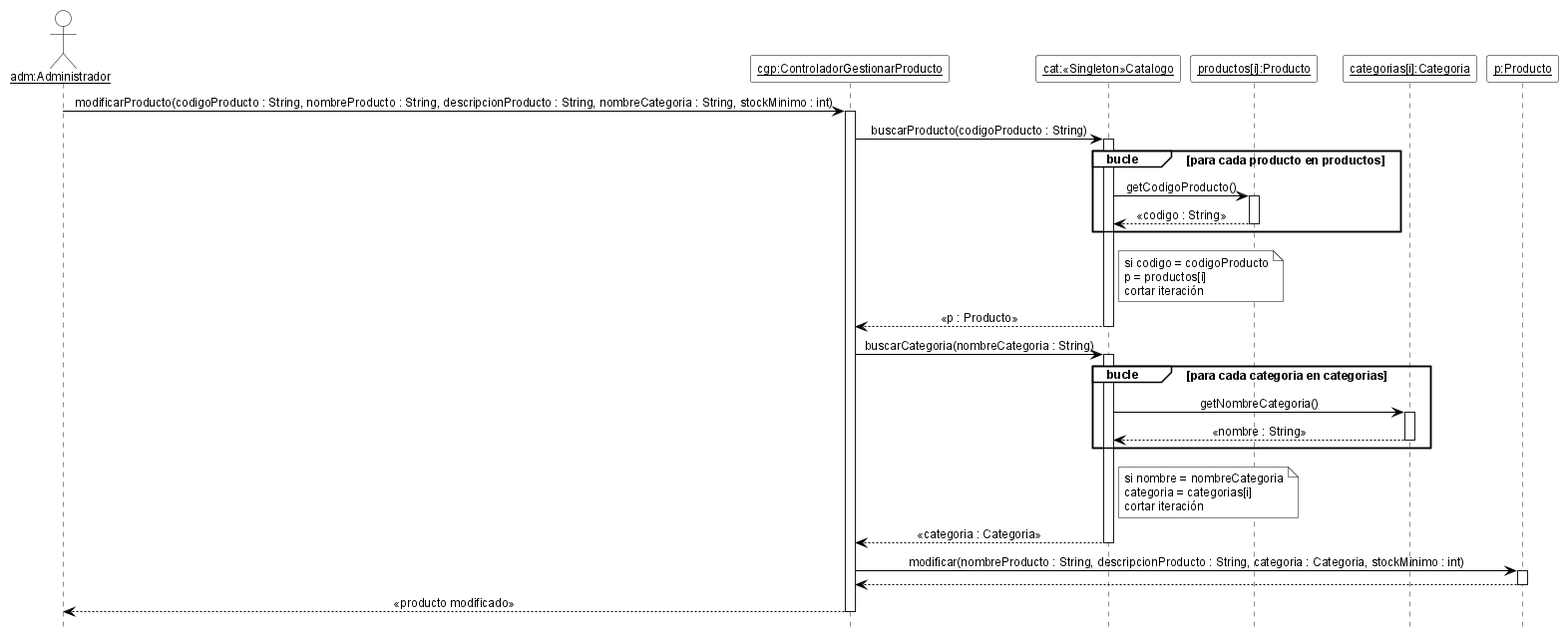
Above: 08-Diagrama De Secuencia/DSD_CU-04_modificarProducto.png in cirotop/Stock-Project (PlantUML), before the change.
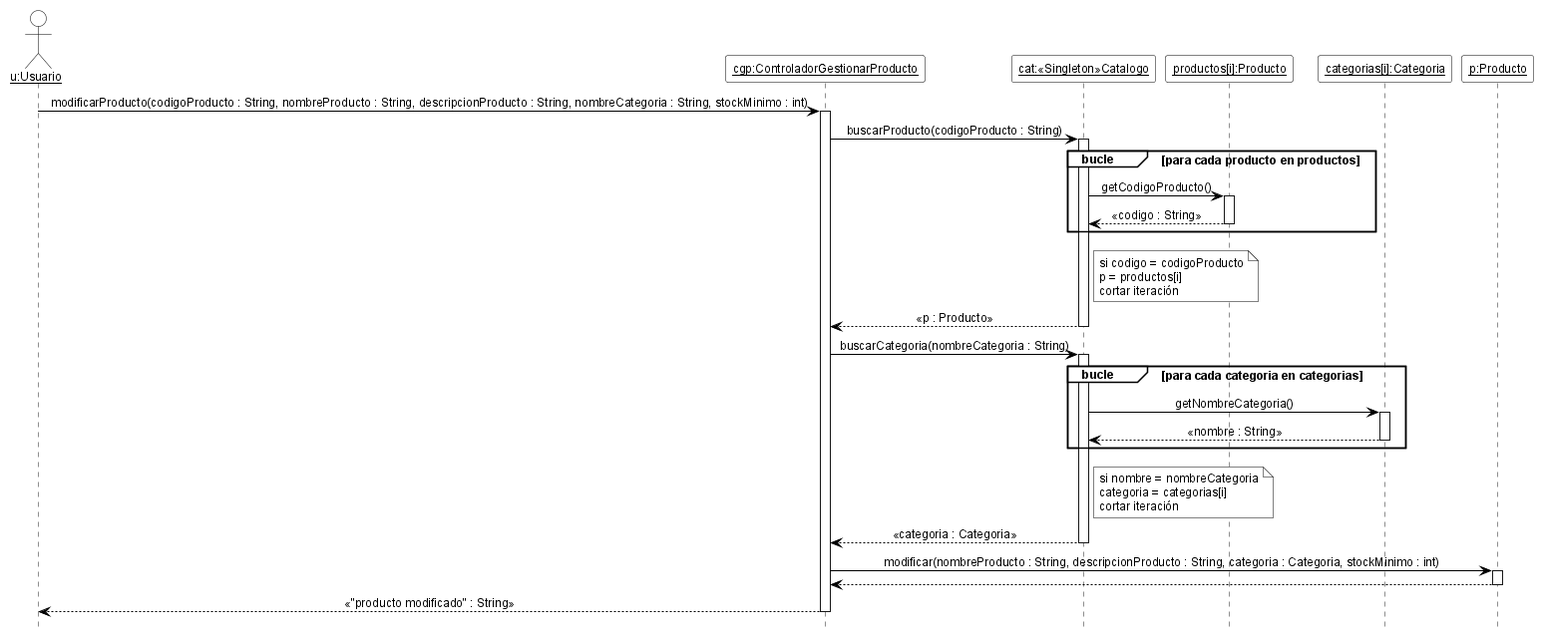
After the commit.

The edit, as a diff of the source:
```diff
@@ -19,14 +19,14 @@
 skinparam NoteBackgroundColor white
 skinparam NoteBorderColor black
 
-actor "<u>adm:Administrador</u>" as adm
+actor "<u>u:Usuario</u>" as u
 participant "<u>cgp:ControladorGestionarProducto</u>" as cgp
 participant "<u>cat:«Singleton»Catalogo</u>" as cat
 participant "<u>productos[i]:Producto</u>" as pi
-participant "<u>categorias[i]:Categoria</u>" as ci
+participant "<u>categorias[i]:Categoria</u>" as ki
 participant "<u>p:Producto</u>" as p
 
-adm -> cgp ++ : modificarProducto(codigoProducto : String, nombreProducto : String, descripcionProducto : String, nombreCategoria : String, stockMinimo : int)
+u -> cgp ++ : modificarProducto(codigoProducto : String, nombreProducto : String, descripcionProducto : String, nombreCategoria : String, stockMinimo : int)
 cgp -> cat ++ : buscarProducto(codigoProducto : String)
 group bucle [para cada producto en productos]
   cat -> pi ++ : getCodigoProducto()
@@ -40,8 +40,8 @@
 cat --> cgp -- : «p : Producto»
 cgp -> cat ++ : buscarCategoria(nombreCategoria : String)
 group bucle [para cada categoria en categorias]
-  cat -> ci ++ : getNombreCategoria()
-  ci --> cat -- : «nombre : String»
+  cat -> ki ++ : getNombreCategoria()
+  ki --> cat -- : «nombre : String»
 end
 note right of cat
   si nombre = nombreCategoria
@@ -51,6 +51,6 @@
 cat --> cgp -- : «categoria : Categoria»
 cgp -> p ++ : modificar(nombreProducto : String, descripcionProducto : String, categoria : Categoria, stockMinimo : int)
 p --> cgp --
-cgp --> adm -- : «producto modificado»
+cgp --> u -- : «"producto modificado" : String»
 
 @enduml
```
